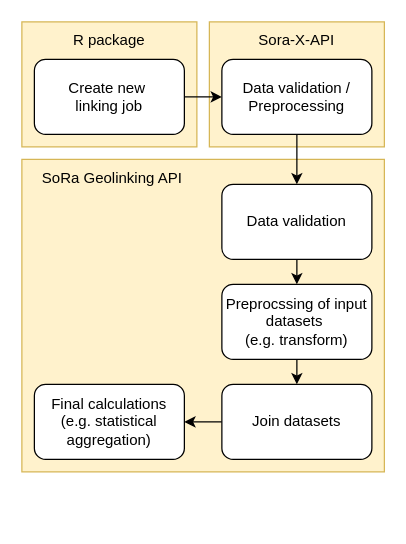
This is sora/agit_workflow_linking.drawio from traveller195/draw_io, a draw.io file, before an edit. Source tidied: cells renumbered, new cells numbered last; positions are measured from the earlier drawing's top-left corner, leaving out a move shared by most shapes. Both pictures are drawn from the tidied source at 125%, with x=0, y=0 at pixel (21, 21).
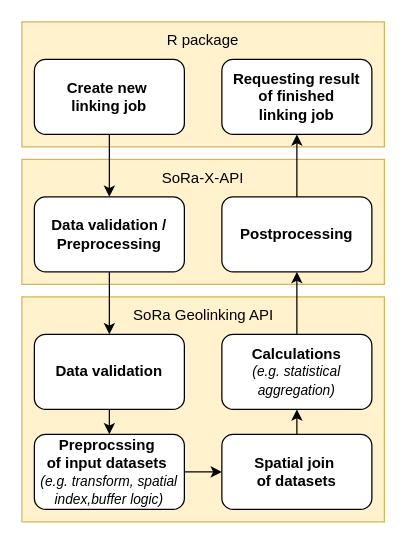
The same diagram, later.

Diff of the diagram source:
```diff
@@
     <mxCell id="2" style="rounded=0;whiteSpace=wrap;html=1;fillColor=#fff2cc;strokeColor=#d6b656;" parent="1" vertex="1">
-      <mxGeometry y="110" width="290" height="250" as="geometry" />
+      <mxGeometry y="220" width="290" height="180" as="geometry" />
     </mxCell>
     <mxCell id="3" style="rounded=0;whiteSpace=wrap;html=1;fillColor=#fff2cc;strokeColor=#d6b656;" parent="1" vertex="1">
-      <mxGeometry x="150" width="140" height="100" as="geometry" />
+      <mxGeometry y="110" width="290" height="100" as="geometry" />
     </mxCell>
     <mxCell id="4" style="rounded=0;whiteSpace=wrap;html=1;fillColor=#fff2cc;strokeColor=#d6b656;" parent="1" vertex="1">
-      <mxGeometry width="140" height="100" as="geometry" />
+      <mxGeometry width="290" height="100" as="geometry" />
     </mxCell>
-    <mxCell id="5" style="edgeStyle=orthogonalEdgeStyle;rounded=0;jettySize=auto;html=1;exitX=1;exitY=0.5;exitDx=0;exitDy=0;entryX=0;entryY=0.5;entryDx=0;entryDy=0;" parent="1" edge="1" source="6" target="8">
+    <mxCell id="5" style="edgeStyle=orthogonalEdgeStyle;rounded=0;jettySize=auto;html=1;exitX=0.5;exitY=1;exitDx=0;exitDy=0;entryX=0.5;entryY=0;entryDx=0;entryDy=0;" parent="1" edge="1" source="6" target="8">
       <mxGeometry relative="1" as="geometry" />
     </mxCell>
-    <mxCell id="6" value="&lt;div&gt;Create new&amp;nbsp;&lt;/div&gt;&lt;div&gt;linking job &lt;br&gt;&lt;/div&gt;" style="rounded=1;whiteSpace=wrap;html=1;" parent="1" vertex="1">
+    <mxCell id="6" value="&lt;div&gt;&lt;b&gt;Create new&amp;nbsp;&lt;/b&gt;&lt;/div&gt;&lt;div&gt;&lt;b&gt;linking job &lt;/b&gt;&lt;br&gt;&lt;/div&gt;" style="rounded=1;whiteSpace=wrap;html=1;" parent="1" vertex="1">
       <mxGeometry x="10" y="30" width="120" height="60" as="geometry" />
     </mxCell>
@@
-    <mxCell id="8" value="Data validation / Preprocessing" style="rounded=1;whiteSpace=wrap;html=1;" parent="1" vertex="1">
-      <mxGeometry x="160" y="30" width="120" height="60" as="geometry" />
+    <mxCell id="8" value="&lt;div&gt;&lt;b&gt;Data validation / Preprocessing&lt;/b&gt;&lt;/div&gt;" style="rounded=1;whiteSpace=wrap;html=1;" parent="1" vertex="1">
+      <mxGeometry x="10" y="140" width="120" height="60" as="geometry" />
     </mxCell>
@@
-    <mxCell id="10" value="Data validation" style="rounded=1;whiteSpace=wrap;html=1;" parent="1" vertex="1">
-      <mxGeometry x="160" y="130" width="120" height="60" as="geometry" />
+    <mxCell id="10" value="&lt;b&gt;Data validation&lt;/b&gt;" style="rounded=1;whiteSpace=wrap;html=1;" parent="1" vertex="1">
+      <mxGeometry x="10" y="250" width="120" height="60" as="geometry" />
     </mxCell>
-    <mxCell id="11" style="edgeStyle=orthogonalEdgeStyle;rounded=0;jettySize=auto;html=1;exitX=0.5;exitY=1;exitDx=0;exitDy=0;entryX=0.5;entryY=0;entryDx=0;entryDy=0;" parent="1" edge="1" source="12" target="14">
+    <mxCell id="11" style="edgeStyle=orthogonalEdgeStyle;rounded=0;jettySize=auto;html=1;exitX=1;exitY=0.5;exitDx=0;exitDy=0;entryX=0;entryY=0.5;entryDx=0;entryDy=0;" parent="1" edge="1" source="12" target="14">
       <mxGeometry relative="1" as="geometry" />
     </mxCell>
-    <mxCell id="12" value="&lt;div&gt;Preprocssing of input datasets&amp;nbsp;&lt;/div&gt;&lt;div&gt;(e.g. transform)&lt;/div&gt;" style="rounded=1;whiteSpace=wrap;html=1;" parent="1" vertex="1">
-      <mxGeometry x="160" y="210" width="120" height="60" as="geometry" />
+    <mxCell id="12" value="&lt;div&gt;&lt;b&gt;Preprocssing&amp;nbsp;&lt;/b&gt;&lt;/div&gt;&lt;div&gt;&lt;b&gt;of input datasets&lt;/b&gt;&amp;nbsp;&lt;/div&gt;&lt;div&gt;&lt;i&gt;&lt;font style=&quot;font-size: 11px;&quot;&gt;(e.g. transform, spatial index,buffer logic)&lt;/font&gt;&lt;/i&gt;&lt;/div&gt;" style="rounded=1;whiteSpace=wrap;html=1;" parent="1" vertex="1">
+      <mxGeometry x="10" y="330" width="120" height="60" as="geometry" />
     </mxCell>
-    <mxCell id="13" style="edgeStyle=orthogonalEdgeStyle;rounded=0;jettySize=auto;html=1;exitX=0;exitY=0.5;exitDx=0;exitDy=0;entryX=1;entryY=0.5;entryDx=0;entryDy=0;" parent="1" edge="1" source="14" target="15">
+    <mxCell id="13" style="edgeStyle=orthogonalEdgeStyle;rounded=0;jettySize=auto;html=1;exitX=0.5;exitY=0;exitDx=0;exitDy=0;entryX=0.5;entryY=1;entryDx=0;entryDy=0;" parent="1" edge="1" source="14" target="15">
       <mxGeometry relative="1" as="geometry" />
     </mxCell>
-    <mxCell id="14" value="Join datasets" style="rounded=1;whiteSpace=wrap;html=1;" parent="1" vertex="1">
-      <mxGeometry x="160" y="290" width="120" height="60" as="geometry" />
+    <mxCell id="14" value="&lt;div&gt;&lt;b&gt;Spatial join&amp;nbsp;&lt;/b&gt;&lt;/div&gt;&lt;div&gt;&lt;b&gt;of datasets&lt;/b&gt;&lt;/div&gt;" style="rounded=1;whiteSpace=wrap;html=1;" parent="1" vertex="1">
+      <mxGeometry x="160" y="330" width="120" height="60" as="geometry" />
     </mxCell>
+    <mxCell id="19" style="edgeStyle=orthogonalEdgeStyle;rounded=0;jettySize=auto;html=1;exitX=0.5;exitY=0;exitDx=0;exitDy=0;entryX=0.5;entryY=1;entryDx=0;entryDy=0;" parent="1" edge="1" source="15" target="21">
+      <mxGeometry relative="1" as="geometry" />
+    </mxCell>
-    <mxCell id="15" value="Final calculations (e.g. statistical aggregation)" style="rounded=1;whiteSpace=wrap;html=1;" parent="1" vertex="1">
-      <mxGeometry x="10" y="290" width="120" height="60" as="geometry" />
+    <mxCell id="15" value="&lt;div&gt;&lt;b&gt;Calculations&lt;/b&gt; &lt;i&gt;&lt;font style=&quot;font-size: 11px;&quot;&gt;&lt;br&gt;&lt;/font&gt;&lt;/i&gt;&lt;/div&gt;&lt;div&gt;&lt;i&gt;&lt;font style=&quot;font-size: 11px;&quot;&gt;(e.g. statistical aggregation)&lt;/font&gt;&lt;/i&gt;&lt;/div&gt;" style="rounded=1;whiteSpace=wrap;html=1;" parent="1" vertex="1">
+      <mxGeometry x="160" y="250" width="120" height="60" as="geometry" />
     </mxCell>
     <mxCell id="16" value="R package" style="text;html=1;align=center;verticalAlign=middle;whiteSpace=wrap;rounded=0;" parent="1" vertex="1">
-      <mxGeometry x="40" width="60" height="30" as="geometry" />
+      <mxGeometry x="115" width="60" height="30" as="geometry" />
     </mxCell>
-    <mxCell id="17" value="Sora-X-API" style="text;html=1;align=center;verticalAlign=middle;whiteSpace=wrap;rounded=0;" parent="1" vertex="1">
-      <mxGeometry x="185" width="70" height="30" as="geometry" />
+    <mxCell id="17" value="SoRa-X-API" style="text;html=1;align=center;verticalAlign=middle;whiteSpace=wrap;rounded=0;" parent="1" vertex="1">
+      <mxGeometry x="110" y="110" width="70" height="30" as="geometry" />
     </mxCell>
     <mxCell id="18" value="SoRa Geolinking API" style="text;html=1;align=center;verticalAlign=middle;whiteSpace=wrap;rounded=0;" parent="1" vertex="1">
-      <mxGeometry x="10" y="110" width="125" height="30" as="geometry" />
+      <mxGeometry x="82.5" y="220" width="125" height="30" as="geometry" />
     </mxCell>
+    <mxCell id="20" style="edgeStyle=orthogonalEdgeStyle;rounded=0;jettySize=auto;html=1;exitX=0.5;exitY=0;exitDx=0;exitDy=0;entryX=0.5;entryY=1;entryDx=0;entryDy=0;" parent="1" edge="1" source="21" target="22">
+      <mxGeometry relative="1" as="geometry" />
+    </mxCell>
+    <mxCell id="21" value="&lt;div&gt;&lt;b&gt;Postprocessing&lt;/b&gt;&lt;/div&gt;" style="rounded=1;whiteSpace=wrap;html=1;" parent="1" vertex="1">
+      <mxGeometry x="160" y="140" width="120" height="60" as="geometry" />
+    </mxCell>
+    <mxCell id="22" value="&lt;div&gt;&lt;b&gt;Requesting result &lt;br&gt;&lt;/b&gt;&lt;/div&gt;&lt;div&gt;&lt;b&gt;of finished&lt;/b&gt;&lt;/div&gt;&lt;div&gt;&lt;b&gt;linking job &lt;br&gt;&lt;/b&gt;&lt;/div&gt;" style="rounded=1;whiteSpace=wrap;html=1;" parent="1" vertex="1">
+      <mxGeometry x="160" y="30" width="120" height="60" as="geometry" />
+    </mxCell>
```
